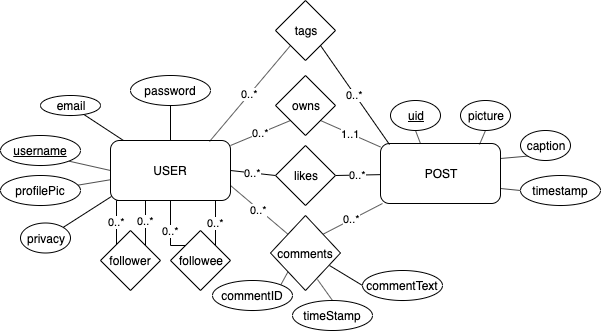
Before: images/ER Diagram.png, a diagram exported from draw.io (Neilshweky/CIS557-Photo-Sharing-Project). Source tidied: cells renumbered, new cells last; positions are measured from the earlier drawing's top-left corner, leaving out a move shared by most shapes.
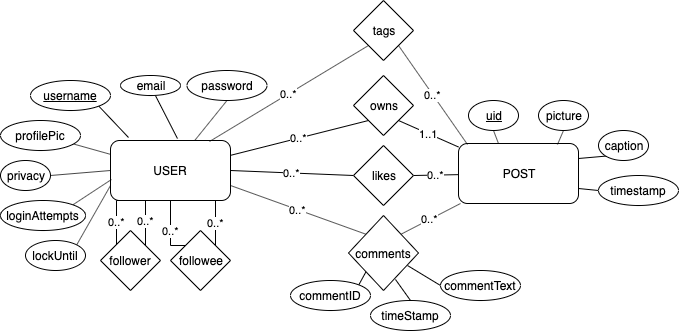
After the commit.

Commit message:
Updated to match lockout policy HW5

The edit, as a diff of the source:
```diff
@@ -12,34 +12,34 @@
       <mxGeometry relative="1" as="geometry" />
     </mxCell>
     <mxCell id="5" value="USER" style="rounded=1;whiteSpace=wrap;html=1;" parent="1" vertex="1">
-      <mxGeometry x="110" y="140" width="120" height="60" as="geometry" />
+      <mxGeometry x="32" y="140" width="120" height="60" as="geometry" />
     </mxCell>
     <mxCell id="6" value="POST" style="rounded=1;whiteSpace=wrap;html=1;" parent="1" vertex="1">
       <mxGeometry x="380" y="143" width="120" height="60" as="geometry" />
     </mxCell>
-    <mxCell id="7" style="rounded=0;jettySize=auto;html=1;exitX=1;exitY=1;exitDx=0;exitDy=0;entryX=0;entryY=0.5;entryDx=0;entryDy=0;endArrow=none;endFill=0;" parent="1" edge="1" source="8" target="5">
+    <mxCell id="7" style="rounded=0;jettySize=auto;html=1;exitX=1;exitY=1;exitDx=0;exitDy=0;entryX=0.15;entryY=-0.05;entryDx=0;entryDy=0;endArrow=none;endFill=0;entryPerimeter=0;" parent="1" edge="1" source="8" target="5">
       <mxGeometry relative="1" as="geometry" />
     </mxCell>
     <mxCell id="8" value="&lt;u&gt;username&lt;/u&gt;" style="ellipse;whiteSpace=wrap;html=1;" parent="1" vertex="1">
-      <mxGeometry y="135" width="80" height="30" as="geometry" />
+      <mxGeometry x="-48" y="80" width="80" height="30" as="geometry" />
     </mxCell>
-    <mxCell id="9" style="edgeStyle=none;rounded=0;jettySize=auto;html=1;endArrow=none;endFill=0;entryX=0.108;entryY=0;entryDx=0;entryDy=0;entryPerimeter=0;" parent="1" edge="1" source="10" target="5">
+    <mxCell id="9" style="edgeStyle=none;rounded=0;jettySize=auto;html=1;endArrow=none;endFill=0;entryX=0.558;entryY=-0.033;entryDx=0;entryDy=0;entryPerimeter=0;" parent="1" edge="1" source="10" target="5">
       <mxGeometry relative="1" as="geometry" />
     </mxCell>
     <mxCell id="10" value="email" style="ellipse;whiteSpace=wrap;html=1;" parent="1" vertex="1">
-      <mxGeometry x="40" y="95" width="60" height="20" as="geometry" />
+      <mxGeometry x="42" y="75" width="60" height="20" as="geometry" />
     </mxCell>
     <mxCell id="11" style="edgeStyle=none;rounded=0;jettySize=auto;html=1;endArrow=none;endFill=0;" parent="1" edge="1" source="12" target="5">
       <mxGeometry relative="1" as="geometry" />
     </mxCell>
     <mxCell id="12" value="profilePic" style="ellipse;whiteSpace=wrap;html=1;" parent="1" vertex="1">
-      <mxGeometry y="175" width="80" height="30" as="geometry" />
+      <mxGeometry x="-78" y="120" width="80" height="30" as="geometry" />
     </mxCell>
     <mxCell id="13" style="edgeStyle=none;rounded=0;jettySize=auto;html=1;exitX=0.5;exitY=1;exitDx=0;exitDy=0;endArrow=none;endFill=0;" parent="1" edge="1" source="14" target="5">
       <mxGeometry relative="1" as="geometry" />
     </mxCell>
     <mxCell id="14" value="password" style="ellipse;whiteSpace=wrap;html=1;" parent="1" vertex="1">
-      <mxGeometry x="130" y="75" width="80" height="30" as="geometry" />
+      <mxGeometry x="108.5" y="70" width="80" height="30" as="geometry" />
     </mxCell>
     <mxCell id="15" style="edgeStyle=none;rounded=0;jettySize=auto;html=1;exitX=0.5;exitY=1;exitDx=0;exitDy=0;entryX=0.333;entryY=0;entryDx=0;entryDy=0;entryPerimeter=0;endArrow=none;endFill=0;" parent="1" edge="1" source="16" target="6">
       <mxGeometry relative="1" as="geometry" />
@@ -68,38 +68,38 @@
     <mxCell id="23" value="0..*" style="edgeStyle=orthogonalEdgeStyle;rounded=0;jettySize=auto;html=1;exitX=1;exitY=0;exitDx=0;exitDy=0;entryX=0.25;entryY=1;entryDx=0;entryDy=0;endArrow=none;endFill=0;" parent="1" edge="1" source="25" target="5">
       <mxGeometry relative="1" as="geometry">
         <Array as="points">
-          <mxPoint x="145" y="200" />
+          <mxPoint x="67" y="200" />
         </Array>
       </mxGeometry>
     </mxCell>
     <mxCell id="24" value="0..*" style="edgeStyle=orthogonalEdgeStyle;rounded=0;jettySize=auto;html=1;exitX=0;exitY=0;exitDx=0;exitDy=0;endArrow=none;endFill=0;" parent="1" edge="1" source="25">
       <mxGeometry relative="1" as="geometry">
-        <mxPoint x="120" y="200" as="targetPoint" />
+        <mxPoint x="42" y="200" as="targetPoint" />
         <Array as="points">
-          <mxPoint x="116" y="245" />
+          <mxPoint x="38" y="245" />
         </Array>
       </mxGeometry>
     </mxCell>
     <mxCell id="25" value="follower" style="rhombus;whiteSpace=wrap;html=1;" parent="1" vertex="1">
-      <mxGeometry x="100" y="230" width="60" height="60" as="geometry" />
+      <mxGeometry x="22" y="230" width="60" height="60" as="geometry" />
     </mxCell>
     <mxCell id="26" value="0..*" style="edgeStyle=orthogonalEdgeStyle;rounded=0;jettySize=auto;html=1;exitX=0;exitY=0;exitDx=0;exitDy=0;entryX=0.5;entryY=1;entryDx=0;entryDy=0;endArrow=none;endFill=0;" parent="1" edge="1" source="28" target="5">
       <mxGeometry relative="1" as="geometry">
         <Array as="points">
-          <mxPoint x="170" y="245" />
+          <mxPoint x="92" y="245" />
         </Array>
       </mxGeometry>
     </mxCell>
     <mxCell id="27" value="0..*" style="edgeStyle=orthogonalEdgeStyle;rounded=0;jettySize=auto;html=1;exitX=1;exitY=0;exitDx=0;exitDy=0;endArrow=none;endFill=0;" parent="1" edge="1" source="28" target="5">
       <mxGeometry relative="1" as="geometry">
         <Array as="points">
-          <mxPoint x="215" y="200" />
-          <mxPoint x="215" y="200" />
+          <mxPoint x="137" y="200" />
+          <mxPoint x="137" y="200" />
         </Array>
       </mxGeometry>
     </mxCell>
     <mxCell id="28" value="followee" style="rhombus;whiteSpace=wrap;html=1;" parent="1" vertex="1">
-      <mxGeometry x="170" y="230" width="60" height="60" as="geometry" />
+      <mxGeometry x="92" y="230" width="60" height="60" as="geometry" />
     </mxCell>
     <mxCell id="29" value="1..1" style="edgeStyle=none;rounded=0;jettySize=auto;html=1;exitX=1;exitY=1;exitDx=0;exitDy=0;endArrow=none;endFill=0;" parent="1" edge="1" source="30" target="6">
       <mxGeometry relative="1" as="geometry" />
@@ -137,11 +137,11 @@
     <mxCell id="40" value="commentID" style="ellipse;whiteSpace=wrap;html=1;" parent="1" vertex="1">
       <mxGeometry x="212" y="280" width="80" height="30" as="geometry" />
     </mxCell>
-    <mxCell id="41" style="edgeStyle=none;rounded=0;jettySize=auto;html=1;exitX=1;exitY=0;exitDx=0;exitDy=0;entryX=0.008;entryY=0.933;entryDx=0;entryDy=0;entryPerimeter=0;endArrow=none;endFill=0;" parent="1" edge="1" source="42" target="5">
+    <mxCell id="41" style="edgeStyle=none;rounded=0;jettySize=auto;html=1;exitX=1;exitY=0.5;exitDx=0;exitDy=0;entryX=0;entryY=0.5;entryDx=0;entryDy=0;endArrow=none;endFill=0;" parent="1" edge="1" source="42" target="5">
       <mxGeometry relative="1" as="geometry" />
     </mxCell>
     <mxCell id="42" value="privacy" style="ellipse;whiteSpace=wrap;html=1;" parent="1" vertex="1">
-      <mxGeometry x="20" y="222.5" width="50" height="30" as="geometry" />
+      <mxGeometry x="-78" y="160" width="50" height="30" as="geometry" />
     </mxCell>
     <mxCell id="43" value="0..*" style="edgeStyle=none;rounded=0;jettySize=auto;html=1;exitX=0;exitY=1;exitDx=0;exitDy=0;entryX=0.825;entryY=0.017;entryDx=0;entryDy=0;entryPerimeter=0;endArrow=none;endFill=0;" parent="1" edge="1" source="45" target="5">
       <mxGeometry relative="1" as="geometry" />
@@ -152,5 +152,17 @@
     <mxCell id="45" value="tags" style="rhombus;whiteSpace=wrap;html=1;" parent="1" vertex="1">
       <mxGeometry x="275" width="60" height="60" as="geometry" />
     </mxCell>
+    <mxCell id="46" style="rounded=0;jettySize=auto;html=1;exitX=1;exitY=0;exitDx=0;exitDy=0;entryX=0.008;entryY=0.65;entryDx=0;entryDy=0;entryPerimeter=0;endArrow=none;endFill=0;" parent="1" edge="1" source="47" target="5">
+      <mxGeometry relative="1" as="geometry" />
+    </mxCell>
+    <mxCell id="47" value="loginAttempts" style="ellipse;whiteSpace=wrap;html=1;" parent="1" vertex="1">
+      <mxGeometry x="-78" y="200" width="85" height="30" as="geometry" />
+    </mxCell>
+    <mxCell id="48" style="edgeStyle=none;rounded=0;jettySize=auto;html=1;exitX=1;exitY=0;exitDx=0;exitDy=0;entryX=0;entryY=0.75;entryDx=0;entryDy=0;endArrow=none;endFill=0;" parent="1" edge="1" source="49" target="5">
+      <mxGeometry relative="1" as="geometry" />
+    </mxCell>
+    <mxCell id="49" value="lockUntil" style="ellipse;whiteSpace=wrap;html=1;" parent="1" vertex="1">
+      <mxGeometry x="-53" y="240" width="60" height="30" as="geometry" />
+    </mxCell>
   </root>
 </mxGraphModel>
```
